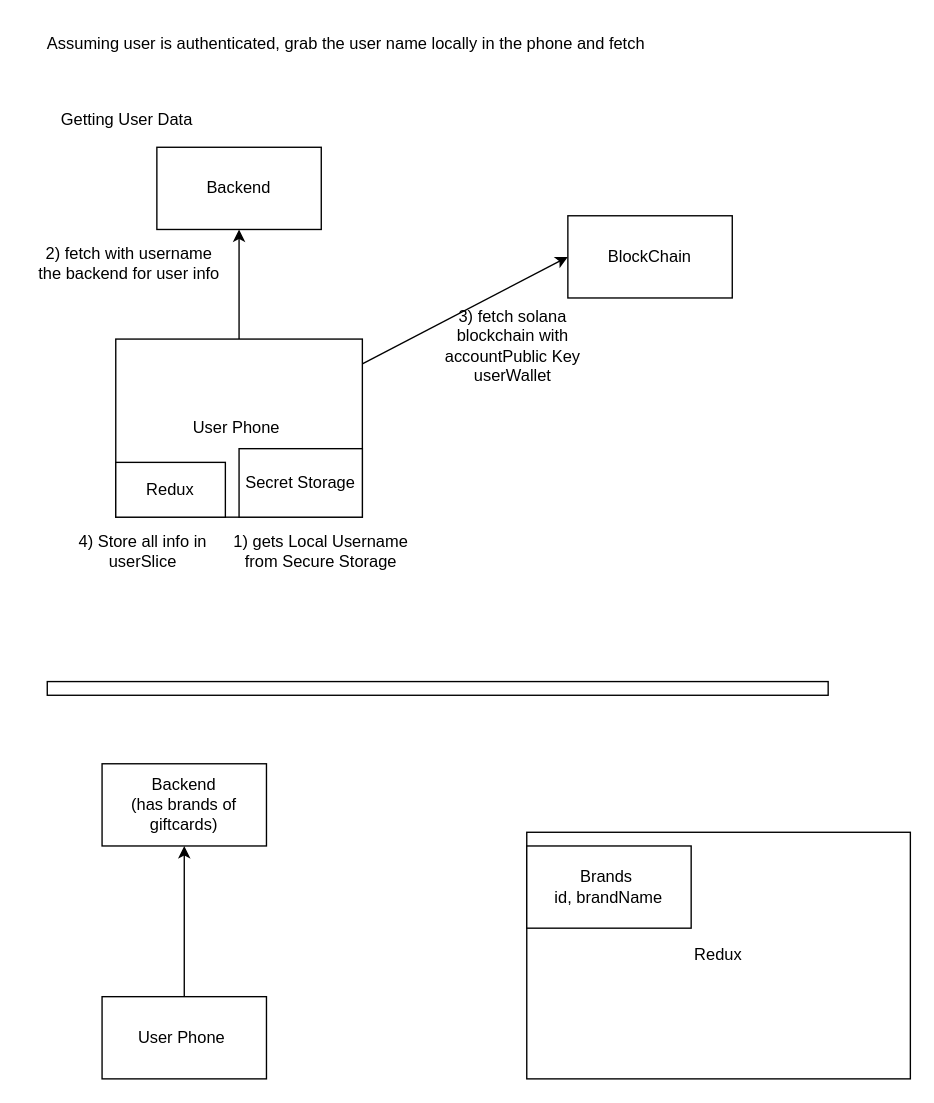
The draw.io diagram docs/architecture.drawio in marcorivas06/scripledger-mobile, before the edit. Source tidied: cells renumbered, new cells numbered last; positions are measured from the earlier drawing's top-left corner, leaving out a move shared by most shapes. Both pictures are drawn from the tidied source at 137%, with x=0, y=0 at pixel (33, 23).
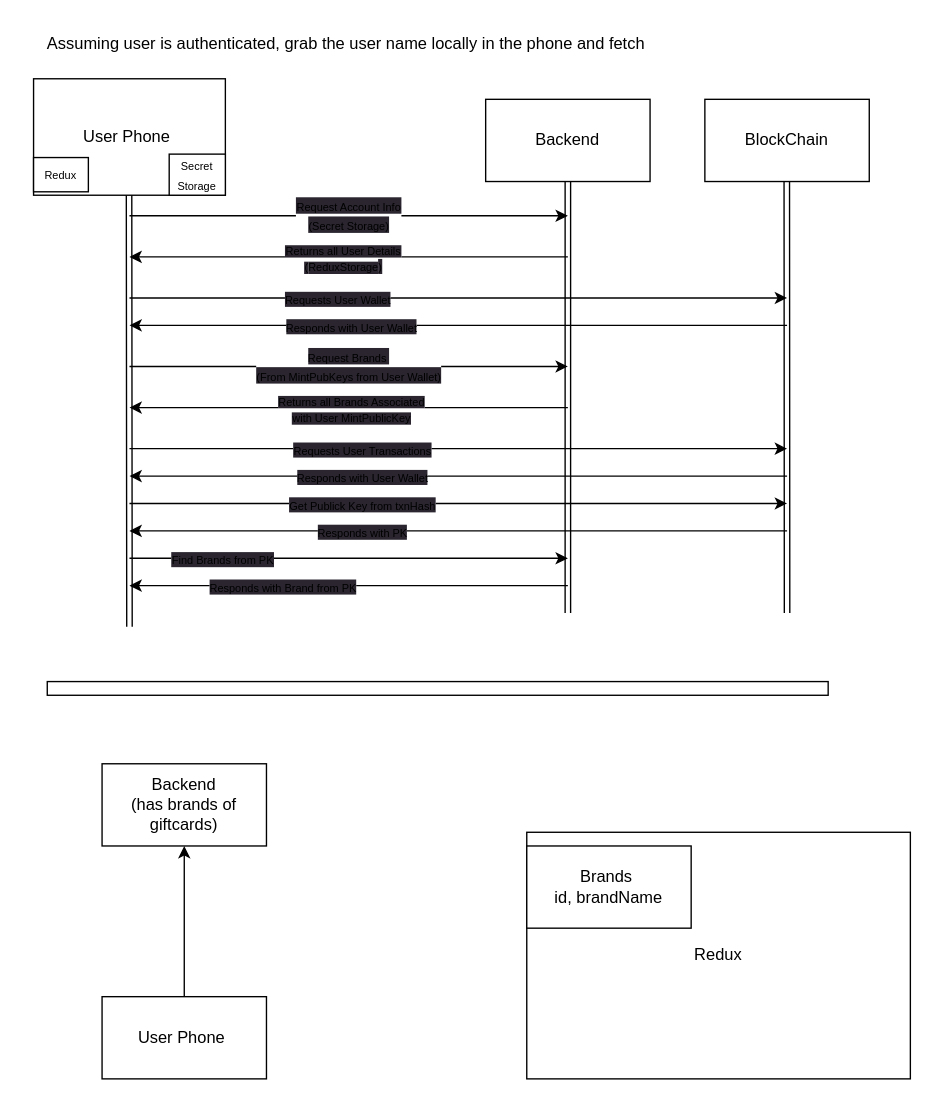
After the change.

Diff of the diagram source:
```diff
@@
     <mxCell id="2" value="BlockChain" style="whiteSpace=wrap;html=1;" parent="1" vertex="1">
-      <mxGeometry x="390" y="140" width="120" height="60" as="geometry" />
+      <mxGeometry x="490" y="55" width="120" height="60" as="geometry" />
     </mxCell>
-    <mxCell id="3" style="edgeStyle=none;html=1;entryX=0.5;entryY=1;entryDx=0;entryDy=0;" parent="1" edge="1" source="7" target="8">
-      <mxGeometry relative="1" as="geometry" />
-    </mxCell>
-    <mxCell id="4" style="edgeStyle=none;html=1;entryX=0;entryY=0.5;entryDx=0;entryDy=0;" parent="1" edge="1" source="7" target="2">
-      <mxGeometry relative="1" as="geometry" />
-    </mxCell>
@@
+    <mxCell id="23" value="&lt;span style=&quot;background-color: rgb(42, 37, 47);&quot;&gt;&lt;font style=&quot;&quot;&gt;&lt;font style=&quot;font-size: 8px;&quot;&gt;Request Account Info&lt;br&gt;(Secret Storage)&lt;/font&gt;&lt;br&gt;&lt;/font&gt;&lt;/span&gt;" style="html=1;" parent="1" edge="1">
+      <mxGeometry relative="1" as="geometry">
+        <mxPoint x="70" y="140" as="sourcePoint" />
+        <mxPoint x="390" y="140" as="targetPoint" />
+      </mxGeometry>
+    </mxCell>
     <mxCell id="7" value="User Phone&amp;nbsp;" style="whiteSpace=wrap;html=1;" parent="1" vertex="1">
-      <mxGeometry x="60" y="230" width="180" height="130" as="geometry" />
+      <mxGeometry y="40" width="140" height="85" as="geometry" />
     </mxCell>
+    <mxCell id="24" style="edgeStyle=none;html=1;shape=link;" parent="1" edge="1" source="8">
+      <mxGeometry relative="1" as="geometry">
+        <mxPoint x="390" y="430" as="targetPoint" />
+      </mxGeometry>
+    </mxCell>
     <mxCell id="8" value="Backend&lt;br&gt;" style="whiteSpace=wrap;html=1;" parent="1" vertex="1">
-      <mxGeometry x="90" y="90" width="120" height="60" as="geometry" />
+      <mxGeometry x="330" y="55" width="120" height="60" as="geometry" />
     </mxCell>
-    <mxCell id="9" value="Getting User Data&amp;nbsp;" style="text;strokeColor=none;align=center;fillColor=none;html=1;verticalAlign=middle;whiteSpace=wrap;rounded=0;" parent="1" vertex="1">
-      <mxGeometry y="55" width="140" height="30" as="geometry" />
-    </mxCell>
@@
-    <mxCell id="11" value="Secret Storage" style="whiteSpace=wrap;html=1;" parent="1" vertex="1">
-      <mxGeometry x="150" y="310" width="90" height="50" as="geometry" />
+    <mxCell id="11" value="&lt;font style=&quot;font-size: 8px;&quot;&gt;Secret Storage&lt;/font&gt;" style="whiteSpace=wrap;html=1;" parent="1" vertex="1">
+      <mxGeometry x="99" y="95" width="41" height="30" as="geometry" />
     </mxCell>
-    <mxCell id="12" value="1) gets Local Username from Secure Storage" style="text;strokeColor=none;align=center;fillColor=none;html=1;verticalAlign=middle;whiteSpace=wrap;rounded=0;" parent="1" vertex="1">
-      <mxGeometry x="140" y="370" width="140" height="30" as="geometry" />
-    </mxCell>
-    <mxCell id="13" value="2) fetch with username the backend for user info" style="text;strokeColor=none;align=center;fillColor=none;html=1;verticalAlign=middle;whiteSpace=wrap;rounded=0;" parent="1" vertex="1">
-      <mxGeometry y="160" width="140" height="30" as="geometry" />
-    </mxCell>
-    <mxCell id="14" value="3) fetch solana blockchain with accountPublic Key userWallet" style="text;strokeColor=none;align=center;fillColor=none;html=1;verticalAlign=middle;whiteSpace=wrap;rounded=0;" parent="1" vertex="1">
-      <mxGeometry x="280" y="220" width="140" height="30" as="geometry" />
-    </mxCell>
-    <mxCell id="15" value="Redux" style="whiteSpace=wrap;html=1;" parent="1" vertex="1">
-      <mxGeometry x="60" y="320" width="80" height="40" as="geometry" />
+    <mxCell id="15" value="&lt;font style=&quot;font-size: 8px;&quot;&gt;Redux&lt;/font&gt;" style="whiteSpace=wrap;html=1;" parent="1" vertex="1">
+      <mxGeometry y="97.5" width="40" height="25" as="geometry" />
     </mxCell>
-    <mxCell id="16" value="4) Store all info in userSlice" style="text;strokeColor=none;align=center;fillColor=none;html=1;verticalAlign=middle;whiteSpace=wrap;rounded=0;" parent="1" vertex="1">
-      <mxGeometry x="10" y="370" width="140" height="30" as="geometry" />
-    </mxCell>
@@
+    <mxCell id="25" style="edgeStyle=none;html=1;shape=link;" parent="1" edge="1">
+      <mxGeometry relative="1" as="geometry">
+        <mxPoint x="549.8" y="115" as="sourcePoint" />
+        <mxPoint x="550" y="430" as="targetPoint" />
+      </mxGeometry>
+    </mxCell>
+    <mxCell id="26" style="html=1;" parent="1" edge="1">
+      <mxGeometry relative="1" as="geometry">
+        <mxPoint x="390" y="170" as="sourcePoint" />
+        <mxPoint x="70" y="170" as="targetPoint" />
+      </mxGeometry>
+    </mxCell>
+    <mxCell id="27" value="&lt;font style=&quot;font-size: 8px;&quot;&gt;&lt;span style=&quot;background-color: rgb(42, 37, 47);&quot;&gt;Returns all User Details&lt;br&gt;(&lt;/span&gt;&lt;span style=&quot;background-color: rgb(42, 37, 47);&quot;&gt;ReduxStorage&lt;/span&gt;&lt;/font&gt;&lt;span style=&quot;background-color: rgb(42, 37, 47);&quot;&gt;&lt;font style=&quot;font-size: 8px;&quot;&gt;)&lt;/font&gt;&lt;br&gt;&lt;/span&gt;" style="edgeLabel;html=1;align=center;verticalAlign=middle;fontSize=10;" parent="26" vertex="1">
+      <mxGeometry x="0.27" relative="1" as="geometry">
+        <mxPoint x="38" as="offset" />
+      </mxGeometry>
+    </mxCell>
+    <mxCell id="28" style="edgeStyle=none;html=1;shape=link;" parent="1" edge="1">
+      <mxGeometry relative="1" as="geometry">
+        <mxPoint x="69.7" y="125" as="sourcePoint" />
+        <mxPoint x="70" y="440" as="targetPoint" />
+      </mxGeometry>
+    </mxCell>
+    <mxCell id="29" style="html=1;" parent="1" edge="1">
+      <mxGeometry relative="1" as="geometry">
+        <mxPoint x="70" y="200" as="sourcePoint" />
+        <mxPoint x="550" y="200" as="targetPoint" />
+      </mxGeometry>
+    </mxCell>
+    <mxCell id="30" value="&lt;span style=&quot;background-color: rgb(42, 37, 47);&quot;&gt;&lt;span style=&quot;font-size: 8px;&quot;&gt;Requests User Wallet&lt;/span&gt;&lt;br&gt;&lt;/span&gt;" style="edgeLabel;html=1;align=center;verticalAlign=middle;fontSize=10;" parent="29" vertex="1">
+      <mxGeometry x="0.27" relative="1" as="geometry">
+        <mxPoint x="-154" as="offset" />
+      </mxGeometry>
+    </mxCell>
+    <mxCell id="31" style="html=1;" parent="1" edge="1">
+      <mxGeometry relative="1" as="geometry">
+        <mxPoint x="550" y="220" as="sourcePoint" />
+        <mxPoint x="70" y="220" as="targetPoint" />
+      </mxGeometry>
+    </mxCell>
+    <mxCell id="32" value="&lt;span style=&quot;background-color: rgb(42, 37, 47);&quot;&gt;&lt;span style=&quot;font-size: 8px;&quot;&gt;Responds with User Wallet&lt;/span&gt;&lt;br&gt;&lt;/span&gt;" style="edgeLabel;html=1;align=center;verticalAlign=middle;fontSize=10;" parent="31" vertex="1">
+      <mxGeometry x="0.27" relative="1" as="geometry">
+        <mxPoint x="-14" as="offset" />
+      </mxGeometry>
+    </mxCell>
+    <mxCell id="33" style="html=1;" parent="1" edge="1">
+      <mxGeometry relative="1" as="geometry">
+        <mxPoint x="70" y="310" as="sourcePoint" />
+        <mxPoint x="550" y="310" as="targetPoint" />
+      </mxGeometry>
+    </mxCell>
+    <mxCell id="34" value="&lt;span style=&quot;background-color: rgb(42, 37, 47);&quot;&gt;&lt;span style=&quot;font-size: 8px;&quot;&gt;Requests User Transactions&lt;/span&gt;&lt;br&gt;&lt;/span&gt;" style="edgeLabel;html=1;align=center;verticalAlign=middle;fontSize=10;" parent="33" vertex="1">
+      <mxGeometry x="0.27" relative="1" as="geometry">
+        <mxPoint x="-136" as="offset" />
+      </mxGeometry>
+    </mxCell>
+    <mxCell id="35" style="html=1;" parent="1" edge="1">
+      <mxGeometry relative="1" as="geometry">
+        <mxPoint x="550" y="330" as="sourcePoint" />
+        <mxPoint x="70" y="330" as="targetPoint" />
+      </mxGeometry>
+    </mxCell>
+    <mxCell id="36" value="&lt;span style=&quot;background-color: rgb(42, 37, 47);&quot;&gt;&lt;span style=&quot;font-size: 8px;&quot;&gt;Responds with User Wallet&lt;/span&gt;&lt;br&gt;&lt;/span&gt;" style="edgeLabel;html=1;align=center;verticalAlign=middle;fontSize=10;" parent="35" vertex="1">
+      <mxGeometry x="0.27" relative="1" as="geometry">
+        <mxPoint x="-6" as="offset" />
+      </mxGeometry>
+    </mxCell>
+    <mxCell id="37" value="&lt;span style=&quot;background-color: rgb(42, 37, 47);&quot;&gt;&lt;font style=&quot;&quot;&gt;&lt;font style=&quot;font-size: 8px;&quot;&gt;Request Brands&amp;nbsp;&lt;br&gt;(From MintPubKeys from User Wallet)&lt;/font&gt;&lt;br&gt;&lt;/font&gt;&lt;/span&gt;" style="html=1;" parent="1" edge="1">
+      <mxGeometry relative="1" as="geometry">
+        <mxPoint x="70" y="250" as="sourcePoint" />
+        <mxPoint x="390" y="250" as="targetPoint" />
+      </mxGeometry>
+    </mxCell>
+    <mxCell id="38" style="html=1;" parent="1" edge="1">
+      <mxGeometry relative="1" as="geometry">
+        <mxPoint x="390" y="280" as="sourcePoint" />
+        <mxPoint x="70" y="280" as="targetPoint" />
+      </mxGeometry>
+    </mxCell>
+    <mxCell id="39" value="&lt;font style=&quot;font-size: 8px;&quot;&gt;&lt;span style=&quot;background-color: rgb(42, 37, 47);&quot;&gt;Returns all Brands Associated &lt;br&gt;with User MintPublicKey&lt;/span&gt;&lt;/font&gt;&lt;span style=&quot;background-color: rgb(42, 37, 47);&quot;&gt;&lt;br&gt;&lt;/span&gt;" style="edgeLabel;html=1;align=center;verticalAlign=middle;fontSize=10;" parent="38" vertex="1">
+      <mxGeometry x="0.27" relative="1" as="geometry">
+        <mxPoint x="44" as="offset" />
+      </mxGeometry>
+    </mxCell>
+    <mxCell id="40" style="html=1;" parent="1" edge="1">
+      <mxGeometry relative="1" as="geometry">
+        <mxPoint x="70" y="350" as="sourcePoint" />
+        <mxPoint x="550" y="350" as="targetPoint" />
+      </mxGeometry>
+    </mxCell>
+    <mxCell id="41" value="&lt;span style=&quot;background-color: rgb(42, 37, 47);&quot;&gt;&lt;span style=&quot;font-size: 8px;&quot;&gt;Get Publick Key from txnHash&lt;/span&gt;&lt;br&gt;&lt;/span&gt;" style="edgeLabel;html=1;align=center;verticalAlign=middle;fontSize=10;" parent="40" vertex="1">
+      <mxGeometry x="0.27" relative="1" as="geometry">
+        <mxPoint x="-136" as="offset" />
+      </mxGeometry>
+    </mxCell>
+    <mxCell id="42" style="html=1;" parent="1" edge="1">
+      <mxGeometry relative="1" as="geometry">
+        <mxPoint x="550" y="370" as="sourcePoint" />
+        <mxPoint x="70" y="370" as="targetPoint" />
+      </mxGeometry>
+    </mxCell>
+    <mxCell id="43" value="&lt;span style=&quot;background-color: rgb(42, 37, 47);&quot;&gt;&lt;span style=&quot;font-size: 8px;&quot;&gt;Responds with PK&lt;/span&gt;&lt;br&gt;&lt;/span&gt;" style="edgeLabel;html=1;align=center;verticalAlign=middle;fontSize=10;" parent="42" vertex="1">
+      <mxGeometry x="0.27" relative="1" as="geometry">
+        <mxPoint x="-6" as="offset" />
+      </mxGeometry>
+    </mxCell>
+    <mxCell id="44" style="html=1;" parent="1" edge="1">
+      <mxGeometry relative="1" as="geometry">
+        <mxPoint x="70" y="390" as="sourcePoint" />
+        <mxPoint x="390" y="390" as="targetPoint" />
+      </mxGeometry>
+    </mxCell>
+    <mxCell id="45" value="&lt;span style=&quot;background-color: rgb(42, 37, 47);&quot;&gt;&lt;span style=&quot;font-size: 8px;&quot;&gt;Find Brands from PK&lt;/span&gt;&lt;br&gt;&lt;/span&gt;" style="edgeLabel;html=1;align=center;verticalAlign=middle;fontSize=10;" parent="44" vertex="1">
+      <mxGeometry x="0.27" relative="1" as="geometry">
+        <mxPoint x="-136" as="offset" />
+      </mxGeometry>
+    </mxCell>
+    <mxCell id="46" style="html=1;" parent="1" edge="1">
+      <mxGeometry relative="1" as="geometry">
+        <mxPoint x="390" y="410" as="sourcePoint" />
+        <mxPoint x="70" y="410" as="targetPoint" />
+      </mxGeometry>
+    </mxCell>
+    <mxCell id="47" value="&lt;span style=&quot;background-color: rgb(42, 37, 47);&quot;&gt;&lt;span style=&quot;font-size: 8px;&quot;&gt;Responds with Brand from PK&lt;/span&gt;&lt;br&gt;&lt;/span&gt;" style="edgeLabel;html=1;align=center;verticalAlign=middle;fontSize=10;" parent="46" vertex="1">
+      <mxGeometry x="0.27" relative="1" as="geometry">
+        <mxPoint x="-6" as="offset" />
+      </mxGeometry>
+    </mxCell>
```
